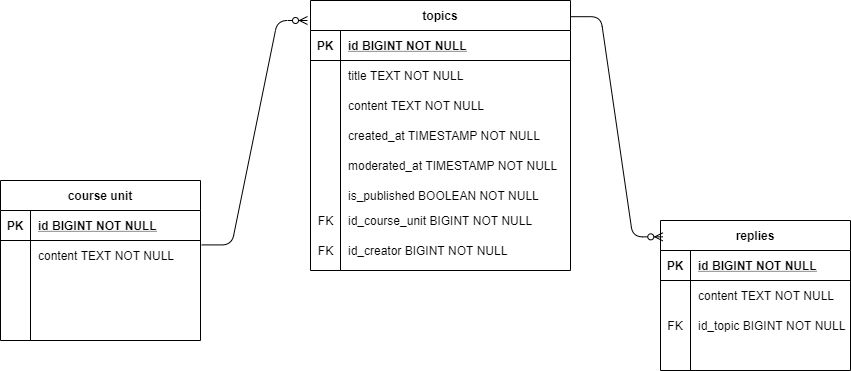
RobertPaulson2/info keeps this draw.io diagram as schemas/Topics.png. Above is the earlier version. Source tidied: cells renumbered, new cells last; positions are measured from the earlier drawing's top-left corner, leaving out a move shared by most shapes.
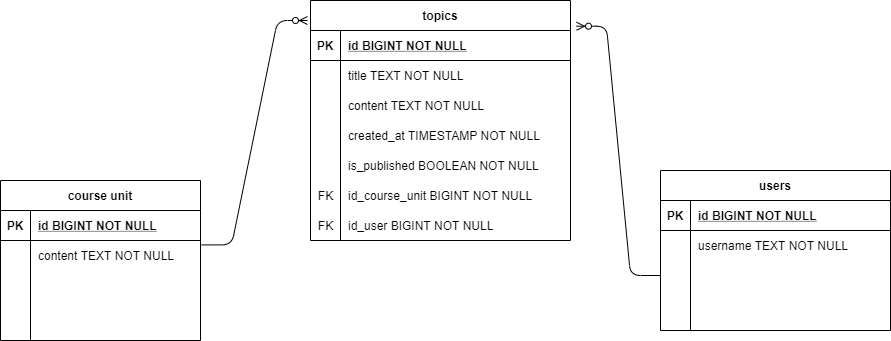
The same file after the commit.

Commit message:
Модель БД Тем исправлена

Diff of the diagram source:
```diff
@@ -3,7 +3,7 @@
     <mxCell id="0" />
     <mxCell id="1" parent="0" />
     <mxCell id="2" value="topics" style="shape=table;startSize=30;rowLines=0;fontStyle=1;align=center;" parent="1" vertex="1">
-      <mxGeometry x="310" width="260" height="270" as="geometry" />
+      <mxGeometry x="310" width="260" height="240" as="geometry" />
     </mxCell>
     <mxCell id="3" style="shape=partialRectangle;fillColor=none;top=0;left=0;bottom=1;right=0;points=[[0,0.5],[1,0.5]];portConstraint=eastwest;" parent="2" vertex="1">
       <mxGeometry y="30" width="260" height="30" as="geometry" />
@@ -41,69 +41,24 @@
     <mxCell id="14" value="created_at TIMESTAMP NOT NULL" style="shape=partialRectangle;fillColor=none;top=0;left=0;bottom=0;right=0;align=left;spacingLeft=6;overflow=hidden;" parent="12" vertex="1">
       <mxGeometry x="30" width="230" height="30" as="geometry" />
     </mxCell>
-    <mxCell id="15" value="moderated_at TIMESTAMP NOT NULL" style="shape=partialRectangle;fillColor=none;top=0;left=0;bottom=0;right=0;align=left;spacingLeft=6;overflow=hidden;" parent="1" vertex="1">
-      <mxGeometry x="340" y="150" width="230" height="30" as="geometry" />
-    </mxCell>
     <mxCell id="16" value="is_published BOOLEAN NOT NULL" style="shape=partialRectangle;fillColor=none;top=0;left=0;bottom=0;right=0;align=left;spacingLeft=6;overflow=hidden;" parent="1" vertex="1">
-      <mxGeometry x="340" y="180" width="230" height="30" as="geometry" />
+      <mxGeometry x="340" y="150" width="230" height="30" as="geometry" />
     </mxCell>
     <mxCell id="17" style="shape=partialRectangle;fillColor=none;top=0;left=0;bottom=0;right=0;align=left;spacingLeft=6;overflow=hidden;" parent="1" vertex="1">
       <mxGeometry x="340" y="210" width="230" height="30" as="geometry" />
     </mxCell>
     <mxCell id="18" value="FK" style="text;html=1;align=center;verticalAlign=middle;" parent="1" vertex="1">
-      <mxGeometry x="310" y="210" width="30" height="20" as="geometry" />
+      <mxGeometry x="310" y="185" width="30" height="20" as="geometry" />
     </mxCell>
     <mxCell id="19" value="id_course_unit BIGINT NOT NULL" style="shape=partialRectangle;fillColor=none;top=0;left=0;bottom=0;right=0;align=left;spacingLeft=6;overflow=hidden;" parent="1" vertex="1">
-      <mxGeometry x="340" y="205" width="230" height="30" as="geometry" />
+      <mxGeometry x="340" y="180" width="230" height="30" as="geometry" />
     </mxCell>
-    <mxCell id="20" value="id_creator BIGINT NOT NULL" style="shape=partialRectangle;fillColor=none;top=0;left=0;bottom=0;right=0;align=left;spacingLeft=6;overflow=hidden;" parent="1" vertex="1">
-      <mxGeometry x="340" y="235" width="230" height="30" as="geometry" />
+    <mxCell id="20" value="id_user BIGINT NOT NULL" style="shape=partialRectangle;fillColor=none;top=0;left=0;bottom=0;right=0;align=left;spacingLeft=6;overflow=hidden;" parent="1" vertex="1">
+      <mxGeometry x="340" y="210" width="230" height="30" as="geometry" />
     </mxCell>
     <mxCell id="21" value="FK" style="text;html=1;align=center;verticalAlign=middle;" parent="1" vertex="1">
-      <mxGeometry x="310" y="240" width="30" height="20" as="geometry" />
+      <mxGeometry x="310" y="215" width="30" height="20" as="geometry" />
     </mxCell>
-    <mxCell id="22" value="replies" style="shape=table;startSize=30;rowLines=0;fontStyle=1;align=center;" parent="1" vertex="1">
-      <mxGeometry x="660" y="220" width="190" height="150" as="geometry" />
-    </mxCell>
-    <mxCell id="23" style="shape=partialRectangle;fillColor=none;top=0;left=0;bottom=1;right=0;" parent="22" vertex="1">
-      <mxGeometry y="30" width="190" height="30" as="geometry" />
-    </mxCell>
-    <mxCell id="24" value="PK" style="shape=partialRectangle;fillColor=none;top=0;left=0;bottom=0;right=0;fontStyle=1;overflow=hidden;" parent="23" vertex="1">
-      <mxGeometry width="30" height="30" as="geometry" />
-    </mxCell>
-    <mxCell id="25" value="id BIGINT NOT NULL" style="shape=partialRectangle;fillColor=none;top=0;left=0;bottom=0;right=0;align=left;spacingLeft=6;fontStyle=5;overflow=hidden;" parent="23" vertex="1">
-      <mxGeometry x="30" width="160" height="30" as="geometry" />
-    </mxCell>
-    <mxCell id="26" style="shape=partialRectangle;fillColor=none;top=0;left=0;bottom=0;right=0;" parent="22" vertex="1">
-      <mxGeometry y="60" width="190" height="30" as="geometry" />
-    </mxCell>
-    <mxCell id="27" style="shape=partialRectangle;fillColor=none;top=0;left=0;bottom=0;right=0;overflow=hidden;" parent="26" vertex="1">
-      <mxGeometry width="30" height="30" as="geometry" />
-    </mxCell>
-    <mxCell id="28" value="content TEXT NOT NULL" style="shape=partialRectangle;fillColor=none;top=0;left=0;bottom=0;right=0;align=left;spacingLeft=6;overflow=hidden;" parent="26" vertex="1">
-      <mxGeometry x="30" width="160" height="30" as="geometry" />
-    </mxCell>
-    <mxCell id="29" style="shape=partialRectangle;fillColor=none;top=0;left=0;bottom=0;right=0;" parent="22" vertex="1">
-      <mxGeometry y="90" width="190" height="30" as="geometry" />
-    </mxCell>
-    <mxCell id="30" value="FK" style="shape=partialRectangle;fillColor=none;top=0;left=0;bottom=0;right=0;overflow=hidden;" parent="29" vertex="1">
-      <mxGeometry width="30" height="30" as="geometry" />
-    </mxCell>
-    <mxCell id="31" value="id_topic BIGINT NOT NULL" style="shape=partialRectangle;fillColor=none;top=0;left=0;bottom=0;right=0;align=left;spacingLeft=6;overflow=hidden;" parent="29" vertex="1">
-      <mxGeometry x="30" width="160" height="30" as="geometry" />
-    </mxCell>
-    <mxCell id="32" style="shape=partialRectangle;fillColor=none;top=0;left=0;bottom=0;right=0;" parent="22" vertex="1">
-      <mxGeometry y="120" width="190" height="30" as="geometry" />
-    </mxCell>
-    <mxCell id="33" style="shape=partialRectangle;fillColor=none;top=0;left=0;bottom=0;right=0;overflow=hidden;" parent="32" vertex="1">
-      <mxGeometry width="30" height="30" as="geometry" />
-    </mxCell>
-    <mxCell id="34" style="shape=partialRectangle;fillColor=none;top=0;left=0;bottom=0;right=0;align=left;spacingLeft=6;overflow=hidden;" parent="32" vertex="1">
-      <mxGeometry x="30" width="160" height="30" as="geometry" />
-    </mxCell>
-    <mxCell id="35" style="edgeStyle=entityRelationEdgeStyle;fontSize=12;html=1;endArrow=ERzeroToMany;endFill=1;exitX=1.001;exitY=0.06;exitDx=0;exitDy=0;entryX=0.012;entryY=0.109;entryDx=0;entryDy=0;exitPerimeter=0;entryPerimeter=0;" parent="1" edge="1" source="2" target="22">
-      <mxGeometry relative="1" as="geometry" />
-    </mxCell>
     <mxCell id="36" value="course unit" style="shape=table;startSize=30;rowLines=0;fontStyle=1;align=center;" parent="1" vertex="1">
       <mxGeometry y="180" width="200" height="160" as="geometry" />
     </mxCell>
@@ -148,5 +103,47 @@
         <mxPoint x="307" y="20" as="targetPoint" />
       </mxGeometry>
     </mxCell>
+    <mxCell id="50" value="users" style="shape=table;startSize=30;rowLines=0;fontStyle=1;align=center;" parent="1" vertex="1">
+      <mxGeometry x="660" y="170" width="230" height="160" as="geometry" />
+    </mxCell>
+    <mxCell id="51" style="shape=partialRectangle;fillColor=none;top=0;left=0;bottom=1;right=0;" parent="50" vertex="1">
+      <mxGeometry y="30" width="230" height="30" as="geometry" />
+    </mxCell>
+    <mxCell id="24" value="PK" style="shape=partialRectangle;fillColor=none;top=0;left=0;bottom=0;right=0;fontStyle=1;overflow=hidden;" parent="51" vertex="1">
+      <mxGeometry width="30" height="30" as="geometry" />
+    </mxCell>
+    <mxCell id="25" value="id BIGINT NOT NULL" style="shape=partialRectangle;fillColor=none;top=0;left=0;bottom=0;right=0;align=left;spacingLeft=6;fontStyle=5;overflow=hidden;" parent="51" vertex="1">
+      <mxGeometry x="30" width="200" height="30" as="geometry" />
+    </mxCell>
+    <mxCell id="52" style="shape=partialRectangle;fillColor=none;top=0;left=0;bottom=0;right=0;" parent="50" vertex="1">
+      <mxGeometry y="60" width="230" height="30" as="geometry" />
+    </mxCell>
+    <mxCell id="53" style="shape=partialRectangle;fillColor=none;top=0;left=0;bottom=0;right=0;overflow=hidden;" parent="52" vertex="1">
+      <mxGeometry width="30" height="30" as="geometry" />
+    </mxCell>
+    <mxCell id="54" value="username TEXT NOT NULL" style="shape=partialRectangle;fillColor=none;top=0;left=0;bottom=0;right=0;align=left;spacingLeft=6;overflow=hidden;" parent="52" vertex="1">
+      <mxGeometry x="30" width="200" height="30" as="geometry" />
+    </mxCell>
+    <mxCell id="55" style="shape=partialRectangle;fillColor=none;top=0;left=0;bottom=0;right=0;points=[[0,0.5],[1,0.5]];portConstraint=eastwest;" parent="50" vertex="1">
+      <mxGeometry y="90" width="230" height="30" as="geometry" />
+    </mxCell>
+    <mxCell id="56" style="shape=partialRectangle;fillColor=none;top=0;left=0;bottom=0;right=0;overflow=hidden;" parent="55" vertex="1">
+      <mxGeometry width="30" height="30" as="geometry" />
+    </mxCell>
+    <mxCell id="57" style="shape=partialRectangle;fillColor=none;top=0;left=0;bottom=0;right=0;align=left;spacingLeft=6;overflow=hidden;" parent="55" vertex="1">
+      <mxGeometry x="30" width="200" height="30" as="geometry" />
+    </mxCell>
+    <mxCell id="58" style="shape=partialRectangle;fillColor=none;top=0;left=0;bottom=0;right=0;" parent="50" vertex="1">
+      <mxGeometry y="120" width="230" height="30" as="geometry" />
+    </mxCell>
+    <mxCell id="59" style="shape=partialRectangle;fillColor=none;top=0;left=0;bottom=0;right=0;overflow=hidden;" parent="58" vertex="1">
+      <mxGeometry width="30" height="30" as="geometry" />
+    </mxCell>
+    <mxCell id="60" style="shape=partialRectangle;fillColor=none;top=0;left=0;bottom=0;right=0;align=left;spacingLeft=6;overflow=hidden;" parent="58" vertex="1">
+      <mxGeometry x="30" width="200" height="30" as="geometry" />
+    </mxCell>
+    <mxCell id="61" style="edgeStyle=entityRelationEdgeStyle;fontSize=12;html=1;endArrow=ERzeroToMany;endFill=1;entryX=1.023;entryY=-0.143;entryDx=0;entryDy=0;entryPerimeter=0;exitX=0;exitY=0.5;exitDx=0;exitDy=0;" parent="1" edge="1" source="55" target="3">
+      <mxGeometry relative="1" as="geometry" />
+    </mxCell>
   </root>
 </mxGraphModel>
```
